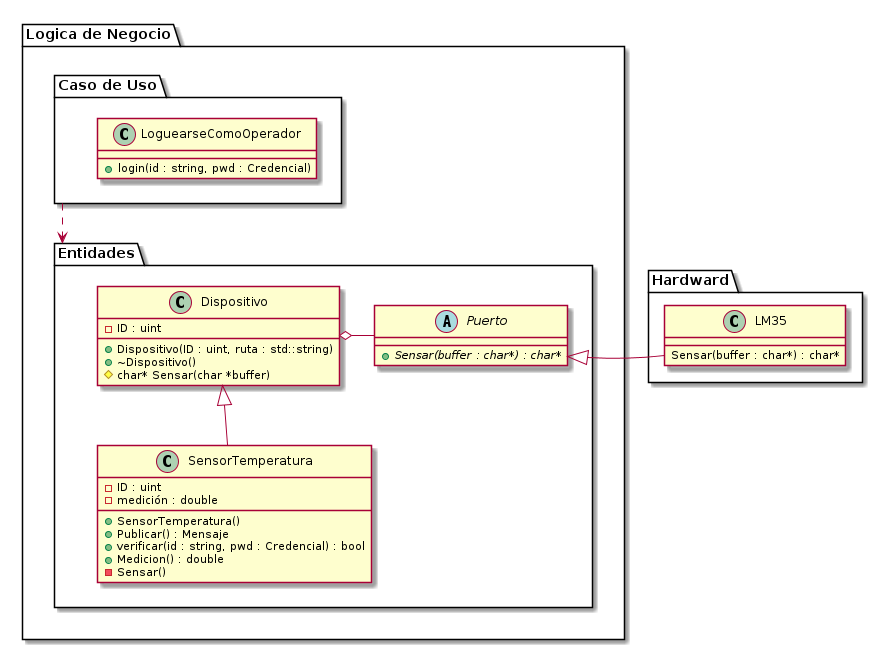
The PlantUML diagram diagramas/paquetes/paquete_modelo_negocio.png in diegosanchez/invap-modulo-uml, before a commit. Source of this version:
```plantuml
@startuml

!include ../clases/clase_sensor_temperatura.plantuml!PACKAGE
!include ../clases/clase_dispositivo.plantuml!PACKAGE
!include ../clases/clase_puerto.plantuml
!include ../paquetes/clase_loguearse_como_operador.plantuml!PACKAGE

!$BussinesLogic  = "Logica de Negocio"
!$Persistence  = "Hardward"
!$UseCases  = "Caso de Uso"
!$Entities  = "Entidades"

package "$BussinesLogic" {
        package "$Entities" {
                Dispositivo <|-- SensorTemperatura
                Dispositivo o- Puerto

        }

        "$UseCases" ..> "Entidades"
}

package "$Persistence" {
        class LM35 {
                Sensar(buffer : char*) : char*
        }
        Puerto <|- LM35
}

@enduml
```
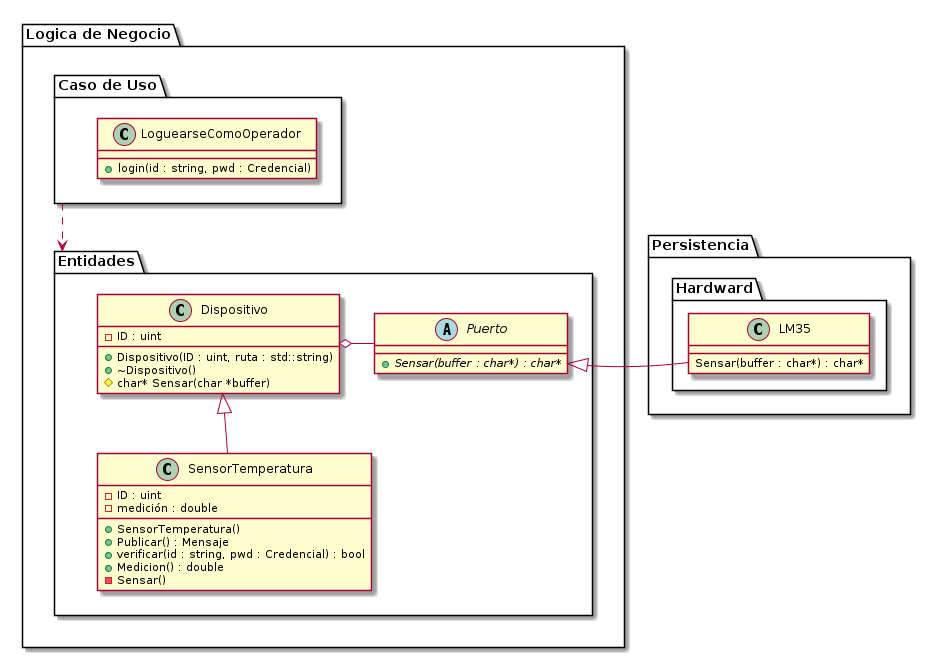
Above is the later version.

What changed in the source:
```diff
@@ -6,7 +6,8 @@
 !include ../paquetes/clase_loguearse_como_operador.plantuml!PACKAGE
 
 !$BussinesLogic  = "Logica de Negocio"
-!$Persistence  = "Hardward"
+!$Persistence  = "Persistencia"
+!$Hardware = "Hardward"
 !$UseCases  = "Caso de Uso"
 !$Entities  = "Entidades"
 
@@ -21,8 +22,10 @@
 }
 
 package "$Persistence" {
-        class LM35 {
-                Sensar(buffer : char*) : char*
+        package "$Hardware" {
+                class LM35 {
+                        Sensar(buffer : char*) : char*
+                }
         }
         Puerto <|- LM35
 }
```
